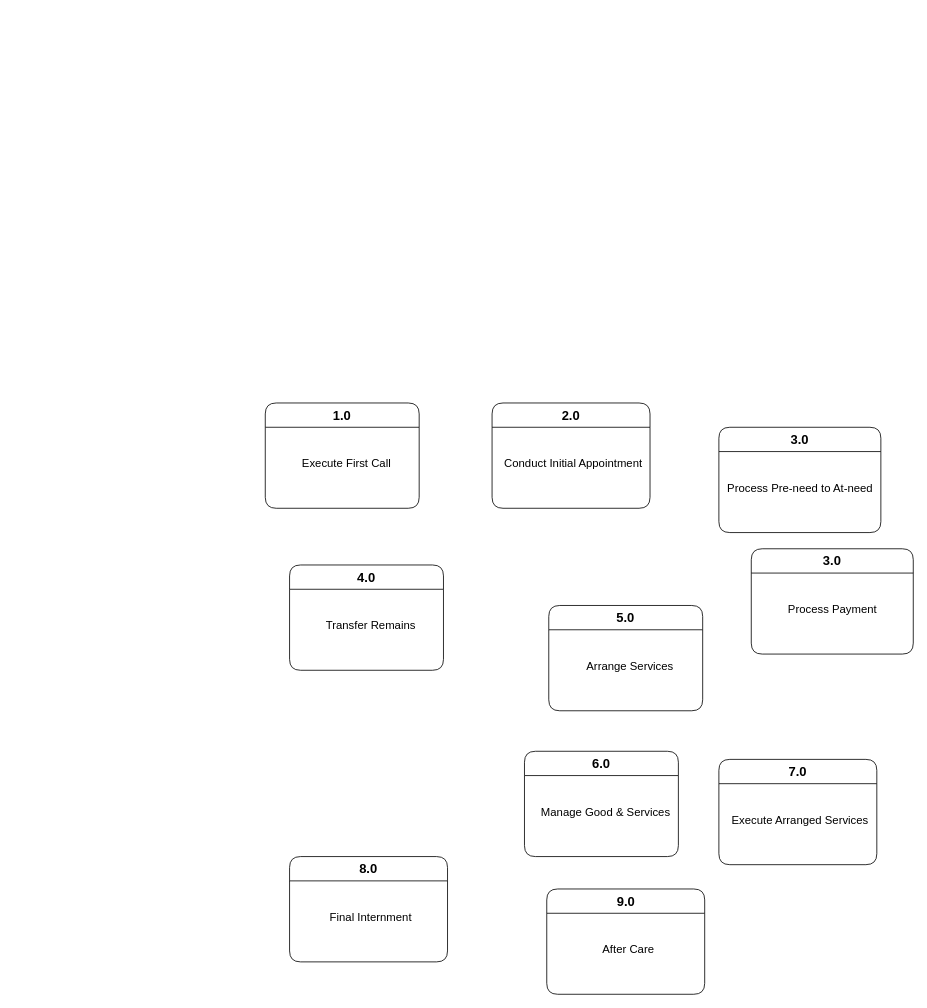
Earlier version of the draw.io diagram page "DFD - 0" (8 of 11) of Untitled Diagram.drawio (Buddhika-Pathirathna/DiagramsRepo). Source tidied: cells renumbered, new cells numbered last; positions are measured from the earlier drawing's top-left corner, leaving out a move shared by most shapes. Both pictures are drawn from the tidied source at 81%, with x=0, y=0 at pixel (265, 403).
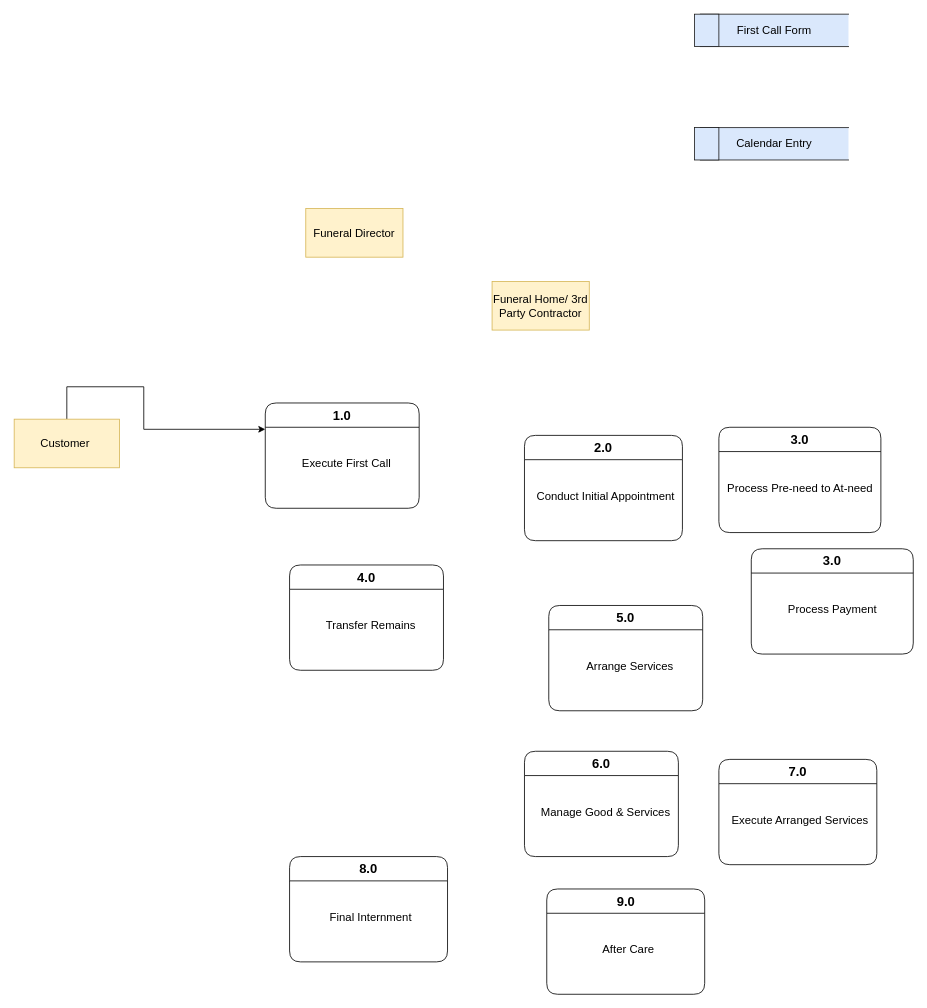
After the change.

Unchanged cells that the change refers to:
```xml
<mxCell id="2" value="&lt;font style=&quot;font-size: 16px;&quot;&gt;1.0&lt;/font&gt;" style="swimlane;whiteSpace=wrap;html=1;rounded=1;startSize=30;" parent="1" vertex="1">
  <mxGeometry width="190" height="130" as="geometry" />
</mxCell>
```

The edit, as a diff of the source:
```diff
@@
+    <mxCell id="22" style="edgeStyle=orthogonalEdgeStyle;rounded=0;jettySize=auto;html=1;exitX=0.5;exitY=0;exitDx=0;exitDy=0;entryX=0;entryY=0.25;entryDx=0;entryDy=0;" parent="1" edge="1" source="23" target="2">
+      <mxGeometry relative="1" as="geometry">
+        <Array as="points">
+          <mxPoint x="-245" y="-20" />
+          <mxPoint x="-150" y="-20" />
+          <mxPoint x="-150" y="33" />
+        </Array>
+      </mxGeometry>
+    </mxCell>
@@
     <mxCell id="4" value="&lt;span style=&quot;font-size: 16px;&quot;&gt;2.0&lt;/span&gt;" style="swimlane;whiteSpace=wrap;html=1;rounded=1;startSize=30;" parent="1" vertex="1">
-      <mxGeometry x="280" width="195" height="130" as="geometry" />
+      <mxGeometry x="320" y="40" width="195" height="130" as="geometry" />
     </mxCell>
@@
+    <mxCell id="23" value="&lt;font style=&quot;font-size: 14px;&quot;&gt;Customer&amp;nbsp;&lt;/font&gt;" style="rounded=0;whiteSpace=wrap;html=1;fillColor=#fff2cc;strokeColor=#d6b656;" parent="1" vertex="1">
+      <mxGeometry x="-310" y="20" width="130" height="60" as="geometry" />
+    </mxCell>
+    <mxCell id="24" value="&lt;font style=&quot;font-size: 14px;&quot;&gt;Funeral Director&lt;/font&gt;" style="rounded=0;whiteSpace=wrap;html=1;fillColor=#fff2cc;strokeColor=#d6b656;" parent="1" vertex="1">
+      <mxGeometry x="50" y="-240" width="120" height="60" as="geometry" />
+    </mxCell>
+    <mxCell id="25" value="&lt;font style=&quot;font-size: 14px;&quot;&gt;Funeral Home/ 3rd Party Contractor&lt;/font&gt;" style="rounded=0;whiteSpace=wrap;html=1;fillColor=#fff2cc;strokeColor=#d6b656;" parent="1" vertex="1">
+      <mxGeometry x="280" y="-150" width="120" height="60" as="geometry" />
+    </mxCell>
+    <mxCell id="26" style="group;fillColor=none;strokeColor=#FFFFFF;" parent="1" vertex="1">
+      <mxGeometry x="530" y="-480" width="190" height="40" as="geometry" />
+    </mxCell>
+    <mxCell id="27" value="&lt;font style=&quot;font-size: 14px&quot;&gt;First Call Form&lt;/font&gt;" style="shape=partialRectangle;whiteSpace=wrap;html=1;left=0;right=0;fillColor=#dae8fc;strokeColor=#1A1A1A;perimeterSpacing=1;" parent="26" vertex="1">
+      <mxGeometry x="7.2" width="182.8" height="40" as="geometry" />
+    </mxCell>
+    <mxCell id="28" style="rounded=0;whiteSpace=wrap;html=1;fillColor=#dae8fc;strokeColor=#1A1A1A;" parent="26" vertex="1">
+      <mxGeometry width="30" height="40" as="geometry" />
+    </mxCell>
+    <mxCell id="29" style="group;fillColor=none;strokeColor=#FFFFFF;" parent="1" vertex="1">
+      <mxGeometry x="530" y="-340" width="190" height="40" as="geometry" />
+    </mxCell>
+    <mxCell id="30" value="&lt;font style=&quot;font-size: 14px&quot;&gt;Calendar Entry&lt;/font&gt;" style="shape=partialRectangle;whiteSpace=wrap;html=1;left=0;right=0;fillColor=#dae8fc;strokeColor=#1A1A1A;perimeterSpacing=1;" parent="29" vertex="1">
+      <mxGeometry x="7.2" width="182.8" height="40" as="geometry" />
+    </mxCell>
+    <mxCell id="31" style="rounded=0;whiteSpace=wrap;html=1;fillColor=#dae8fc;strokeColor=#1A1A1A;" parent="29" vertex="1">
+      <mxGeometry width="30" height="40" as="geometry" />
+    </mxCell>
```
